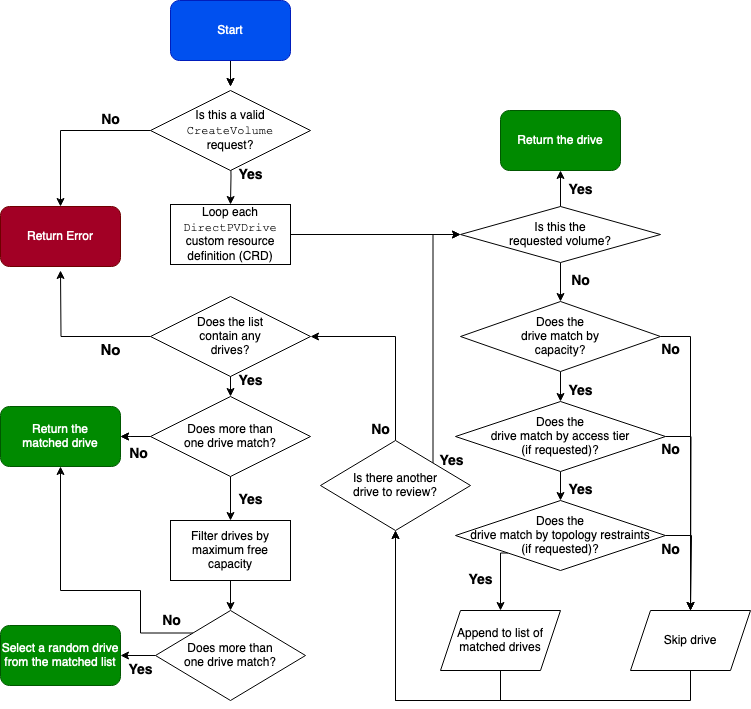
Before: content/resource-management/scheduled-diagram.png, a diagram exported from draw.io (minio/directpv-docs). Source tidied: cells renumbered, new cells last; positions are measured from the earlier drawing's top-left corner, leaving out a move shared by most shapes.
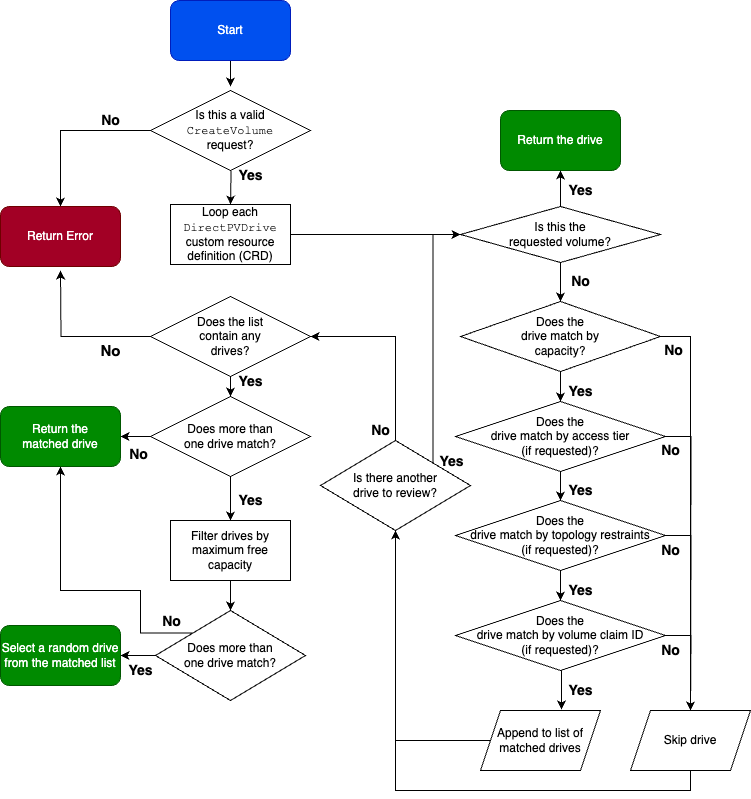
The same diagram one commit later.

The edit, as a diff of the source:
```diff
@@ -69,7 +69,7 @@
     <mxCell id="18" value="Does more than &lt;br&gt;one drive match?" style="rhombus;whiteSpace=wrap;html=1;" parent="1" vertex="1">
       <mxGeometry x="150" y="396" width="160" height="80" as="geometry" />
     </mxCell>
-    <mxCell id="19" value="&lt;b&gt;&lt;font style=&quot;font-size: 14px;&quot;&gt;No&lt;/font&gt;&lt;/b&gt;" style="edgeStyle=orthogonalEdgeStyle;rounded=0;jettySize=auto;html=1;exitX=0;exitY=0;exitDx=0;exitDy=0;entryX=0.5;entryY=1;entryDx=0;entryDy=0;" parent="1" edge="1" source="21">
+    <mxCell id="19" value="&lt;b&gt;&lt;font style=&quot;font-size: 14px;&quot;&gt;No&lt;/font&gt;&lt;/b&gt;" style="edgeStyle=orthogonalEdgeStyle;rounded=0;jettySize=auto;html=1;exitX=0;exitY=0;exitDx=0;exitDy=0;entryX=0.5;entryY=1;entryDx=0;entryDy=0;labelBackgroundColor=none;" parent="1" edge="1" source="21">
       <mxGeometry x="-0.85" y="-12" relative="1" as="geometry">
         <mxPoint x="60" y="466" as="targetPoint" />
         <Array as="points">
@@ -79,7 +79,7 @@
         </Array>
       </mxGeometry>
     </mxCell>
-    <mxCell id="20" value="&lt;b&gt;&lt;font style=&quot;font-size: 14px;&quot;&gt;Yes&lt;/font&gt;&lt;/b&gt;" style="edgeStyle=orthogonalEdgeStyle;rounded=0;jettySize=auto;html=1;" parent="1" edge="1" source="21" target="30">
+    <mxCell id="20" value="&lt;b&gt;&lt;font style=&quot;font-size: 14px;&quot;&gt;Yes&lt;/font&gt;&lt;/b&gt;" style="edgeStyle=orthogonalEdgeStyle;rounded=0;jettySize=auto;html=1;labelBackgroundColor=none;" parent="1" edge="1" source="21" target="30">
       <mxGeometry x="0.11" y="15" relative="1" as="geometry" />
     </mxCell>
     <mxCell id="21" value="Does more than &lt;br&gt;one drive match?" style="rhombus;whiteSpace=wrap;html=1;" parent="1" vertex="1">
@@ -88,13 +88,12 @@
     <mxCell id="22" style="edgeStyle=orthogonalEdgeStyle;rounded=0;jettySize=auto;html=1;entryX=0.5;entryY=1;entryDx=0;entryDy=0;" parent="1" edge="1" source="23" target="26">
       <mxGeometry relative="1" as="geometry">
         <Array as="points">
-          <mxPoint x="500" y="700" />
-          <mxPoint x="395" y="700" />
+          <mxPoint x="395" y="740" />
         </Array>
       </mxGeometry>
     </mxCell>
     <mxCell id="23" value="Append to list of matched drives" style="shape=parallelogram;perimeter=parallelogramPerimeter;whiteSpace=wrap;html=1;fixedSize=1;" parent="1" vertex="1">
-      <mxGeometry x="440" y="610" width="120" height="60" as="geometry" />
+      <mxGeometry x="480" y="710" width="120" height="60" as="geometry" />
     </mxCell>
     <mxCell id="24" value="&lt;b&gt;&lt;font style=&quot;font-size: 14px;&quot;&gt;No&lt;/font&gt;&lt;/b&gt;" style="edgeStyle=orthogonalEdgeStyle;rounded=0;jettySize=auto;html=1;exitX=0.5;exitY=0;exitDx=0;exitDy=0;entryX=1;entryY=0.5;entryDx=0;entryDy=0;labelBackgroundColor=none;" parent="1" edge="1" source="26" target="14">
       <mxGeometry x="-0.89" y="15" relative="1" as="geometry" />
@@ -122,13 +121,13 @@
     <mxCell id="31" style="edgeStyle=orthogonalEdgeStyle;rounded=0;jettySize=auto;html=1;exitX=0.5;exitY=1;exitDx=0;exitDy=0;entryX=0.5;entryY=1;entryDx=0;entryDy=0;" parent="1" edge="1" source="32" target="26">
       <mxGeometry relative="1" as="geometry">
         <Array as="points">
-          <mxPoint x="690" y="700" />
-          <mxPoint x="395" y="700" />
+          <mxPoint x="690" y="790" />
+          <mxPoint x="395" y="790" />
         </Array>
       </mxGeometry>
     </mxCell>
     <mxCell id="32" value="Skip drive" style="shape=parallelogram;perimeter=parallelogramPerimeter;whiteSpace=wrap;html=1;fixedSize=1;" parent="1" vertex="1">
-      <mxGeometry x="630" y="610" width="120" height="60" as="geometry" />
+      <mxGeometry x="630" y="710" width="120" height="60" as="geometry" />
     </mxCell>
     <mxCell id="33" value="&lt;font style=&quot;font-size: 14px;&quot;&gt;&lt;b&gt;Yes&lt;/b&gt;&lt;/font&gt;" style="edgeStyle=orthogonalEdgeStyle;rounded=0;jettySize=auto;html=1;labelBackgroundColor=none;" parent="1" edge="1" source="35" target="27">
       <mxGeometry x="0.09" y="-20" relative="1" as="geometry" />
@@ -152,34 +151,41 @@
     <mxCell id="38" value="Does the &lt;br&gt;drive match by &lt;br&gt;capacity?" style="rhombus;whiteSpace=wrap;html=1;" parent="1" vertex="1">
       <mxGeometry x="460" y="301" width="200" height="70" as="geometry" />
     </mxCell>
-    <mxCell id="39" value="&lt;b&gt;&lt;font style=&quot;font-size: 14px;&quot;&gt;No&lt;/font&gt;&lt;/b&gt;" style="edgeStyle=orthogonalEdgeStyle;rounded=0;jettySize=auto;html=1;labelBackgroundColor=none;" parent="1" edge="1" source="41">
-      <mxGeometry x="-0.95" y="-14" relative="1" as="geometry">
-        <mxPoint x="690" y="610" as="targetPoint" />
-      </mxGeometry>
-    </mxCell>
     <mxCell id="40" value="&lt;font style=&quot;font-size: 14px;&quot;&gt;&lt;b&gt;Yes&lt;/b&gt;&lt;/font&gt;" style="edgeStyle=orthogonalEdgeStyle;rounded=0;jettySize=auto;html=1;labelBackgroundColor=none;" parent="1" edge="1" source="41" target="44">
       <mxGeometry x="0.61" y="20" relative="1" as="geometry" />
     </mxCell>
+    <mxCell id="45" value="&lt;font style=&quot;font-size: 14px;&quot;&gt;No&lt;/font&gt;" style="edgeStyle=orthogonalEdgeStyle;rounded=0;jettySize=auto;html=1;exitX=1;exitY=0.5;exitDx=0;exitDy=0;fontStyle=1;fontSize=12;" parent="1" edge="1" source="41">
+      <mxGeometry x="-0.97" y="-14" relative="1" as="geometry">
+        <mxPoint x="690" y="710" as="targetPoint" />
+      </mxGeometry>
+    </mxCell>
     <mxCell id="41" value="Does the&lt;br&gt; drive match by access tier &lt;br&gt;(if requested)?" style="rhombus;whiteSpace=wrap;html=1;" parent="1" vertex="1">
       <mxGeometry x="455" y="401" width="210" height="70" as="geometry" />
     </mxCell>
-    <mxCell id="42" value="&lt;font style=&quot;font-size: 14px;&quot;&gt;&lt;b&gt;No&lt;/b&gt;&lt;/font&gt;" style="edgeStyle=orthogonalEdgeStyle;rounded=0;jettySize=auto;html=1;labelBackgroundColor=none;exitX=1;exitY=0.5;exitDx=0;exitDy=0;" parent="1" edge="1" source="44">
-      <mxGeometry x="-0.9" y="-15" relative="1" as="geometry">
-        <mxPoint x="690" y="610" as="targetPoint" />
-        <Array as="points">
-          <mxPoint x="691" y="535" />
-        </Array>
-      </mxGeometry>
-    </mxCell>
-    <mxCell id="43" value="&lt;b&gt;&lt;font style=&quot;font-size: 14px;&quot;&gt;Yes&lt;/font&gt;&lt;/b&gt;" style="edgeStyle=orthogonalEdgeStyle;rounded=0;jettySize=auto;html=1;exitX=0;exitY=1;exitDx=0;exitDy=0;entryX=0.5;entryY=0;entryDx=0;entryDy=0;labelBackgroundColor=none;" parent="1" edge="1" source="44" target="23">
-      <mxGeometry x="0.08" y="-20" relative="1" as="geometry">
-        <Array as="points">
-          <mxPoint x="500" y="553" />
-        </Array>
-      </mxGeometry>
-    </mxCell>
+    <mxCell id="46" value="Yes" style="edgeStyle=orthogonalEdgeStyle;rounded=0;jettySize=auto;html=1;exitX=0.5;exitY=1;exitDx=0;exitDy=0;entryX=0.5;entryY=0;entryDx=0;entryDy=0;fontSize=14;fontStyle=1;labelBackgroundColor=none;" parent="1" edge="1" source="44" target="51">
+      <mxGeometry x="0.33" y="20" relative="1" as="geometry" />
+    </mxCell>
+    <mxCell id="47" value="No" style="edgeStyle=orthogonalEdgeStyle;rounded=0;jettySize=auto;html=1;exitX=1;exitY=0.5;exitDx=0;exitDy=0;labelBackgroundColor=none;fontStyle=1;fontSize=14;" parent="1" edge="1" source="44">
+      <mxGeometry x="-0.95" y="-15" relative="1" as="geometry">
+        <mxPoint x="690" y="710" as="targetPoint" />
+      </mxGeometry>
+    </mxCell>
+    <mxCell id="48" style="edgeStyle=orthogonalEdgeStyle;rounded=0;jettySize=auto;html=1;" parent="1" edge="1" source="44" target="51">
+      <mxGeometry relative="1" as="geometry" />
+    </mxCell>
     <mxCell id="44" value="Does the&lt;br&gt; drive match by topology restraints &lt;br&gt;(if requested)?" style="rhombus;whiteSpace=wrap;html=1;" parent="1" vertex="1">
       <mxGeometry x="455" y="500" width="210" height="70" as="geometry" />
     </mxCell>
+    <mxCell id="49" value="&lt;span style=&quot;font-size: 14px;&quot;&gt;&lt;font style=&quot;font-size: 14px;&quot;&gt;Yes&lt;/font&gt;&lt;/span&gt;" style="edgeStyle=orthogonalEdgeStyle;rounded=0;jettySize=auto;html=1;exitX=0.5;exitY=1;exitDx=0;exitDy=0;entryX=0.675;entryY=-0.017;entryDx=0;entryDy=0;entryPerimeter=0;labelBackgroundColor=none;fontSize=14;fontStyle=1;" parent="1" edge="1" source="51" target="23">
+      <mxGeometry x="0.05" y="19" relative="1" as="geometry" />
+    </mxCell>
+    <mxCell id="50" value="No" style="edgeStyle=orthogonalEdgeStyle;rounded=0;jettySize=auto;html=1;exitX=1;exitY=0.5;exitDx=0;exitDy=0;labelBackgroundColor=none;fontStyle=1;fontSize=14;" parent="1" edge="1" source="51">
+      <mxGeometry x="-0.9" y="-15" relative="1" as="geometry">
+        <mxPoint x="690" y="710" as="targetPoint" />
+      </mxGeometry>
+    </mxCell>
+    <mxCell id="51" value="Does the&lt;br&gt; drive match by volume claim ID&lt;br&gt;(if requested)?" style="rhombus;whiteSpace=wrap;html=1;" parent="1" vertex="1">
+      <mxGeometry x="455" y="600" width="210" height="70" as="geometry" />
+    </mxCell>
   </root>
 </mxGraphModel>
```
